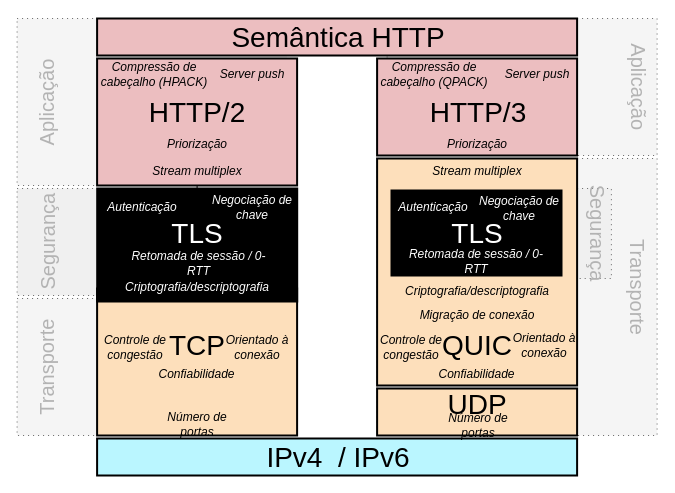
The draw.io diagram page "HTTP/2 vs HTTP/3 - Layering Focus" (2 of 2) of h3-protocol-stack.drawio in eriklima/h3-protocol-stack, before the edit. Source tidied: cells renumbered, new cells numbered last; positions are measured from the earlier drawing's top-left corner, leaving out a move shared by most shapes. Both pictures are drawn from the tidied source at 100%, with x=0, y=0 at pixel (-33, 18).
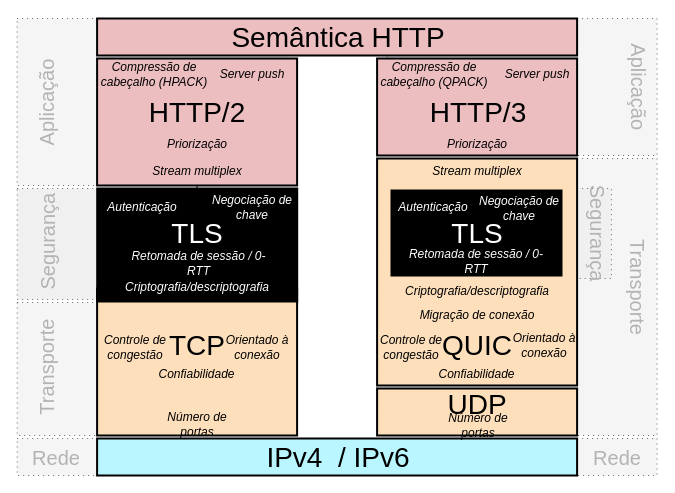
The same diagram, later.

Commit message:
Add network layer

Change to the diagram source:
```diff
@@
+    <mxCell id="56" style="rounded=0;whiteSpace=wrap;html=1;fillColor=#f5f5f5;align=center;fontFamily=MyriadPro-Cond;strokeWidth=1;spacing=4;spacingLeft=2;fontSize=10;strokeColor=#666666;fontColor=#333333;dashed=1;dashPattern=1 4;direction=east;" parent="1" vertex="1">
+      <mxGeometry x="419.6" y="420" width="270" height="37" as="geometry" />
+    </mxCell>
+    <mxCell id="57" style="rounded=0;whiteSpace=wrap;html=1;fillColor=#f5f5f5;align=center;fontFamily=MyriadPro-Cond;strokeWidth=1;spacing=4;spacingLeft=2;fontSize=10;strokeColor=#666666;fontColor=#333333;dashed=1;dashPattern=1 4;" parent="1" vertex="1">
+      <mxGeometry x="49.7" y="420" width="270" height="37" as="geometry" />
+    </mxCell>
@@
     <mxCell id="5" style="rounded=0;whiteSpace=wrap;html=1;align=center;fontFamily=MyriadPro-Cond;strokeWidth=1;spacing=4;spacingLeft=2;fontSize=10;dashed=1;dashPattern=1 4;strokeColor=#666666;fontColor=#333333;fillColor=#F0F0F0;" parent="1" vertex="1">
-      <mxGeometry x="49.6" y="170" width="270" height="107" as="geometry" />
+      <mxGeometry x="49.7" y="170" width="270" height="111" as="geometry" />
     </mxCell>
     <mxCell id="6" style="rounded=0;whiteSpace=wrap;html=1;fillColor=#f5f5f5;align=center;fontFamily=MyriadPro-Cond;strokeWidth=1;spacing=4;spacingLeft=2;fontSize=10;strokeColor=#666666;fontColor=#333333;dashed=1;dashPattern=1 4;" parent="1" vertex="1">
-      <mxGeometry x="49.6" y="280" width="270" height="137" as="geometry" />
+      <mxGeometry x="49.7" y="284" width="270" height="133" as="geometry" />
     </mxCell>
@@
+    <mxCell id="58" value="&lt;span style=&quot;color: rgb(179, 179, 179); font-family: &amp;quot;Myriad Pro Condensed&amp;quot;; font-size: 20px;&quot;&gt;Rede&lt;/span&gt;" style="text;html=1;strokeColor=none;fillColor=none;align=center;verticalAlign=middle;whiteSpace=wrap;rounded=0;dashed=1;dashPattern=1 4;rotation=0;fontSize=20;" parent="1" vertex="1">
+      <mxGeometry x="64" y="430" width="50" height="17" as="geometry" />
+    </mxCell>
+    <mxCell id="59" value="&lt;span style=&quot;color: rgb(179, 179, 179); font-family: &amp;quot;Myriad Pro Condensed&amp;quot;; font-size: 20px;&quot;&gt;Rede&lt;/span&gt;" style="text;html=1;strokeColor=none;fillColor=none;align=center;verticalAlign=middle;whiteSpace=wrap;rounded=0;dashed=1;dashPattern=1 4;rotation=0;fontSize=20;direction=east;" parent="1" vertex="1">
+      <mxGeometry x="625" y="430" width="50" height="17" as="geometry" />
+    </mxCell>
```
